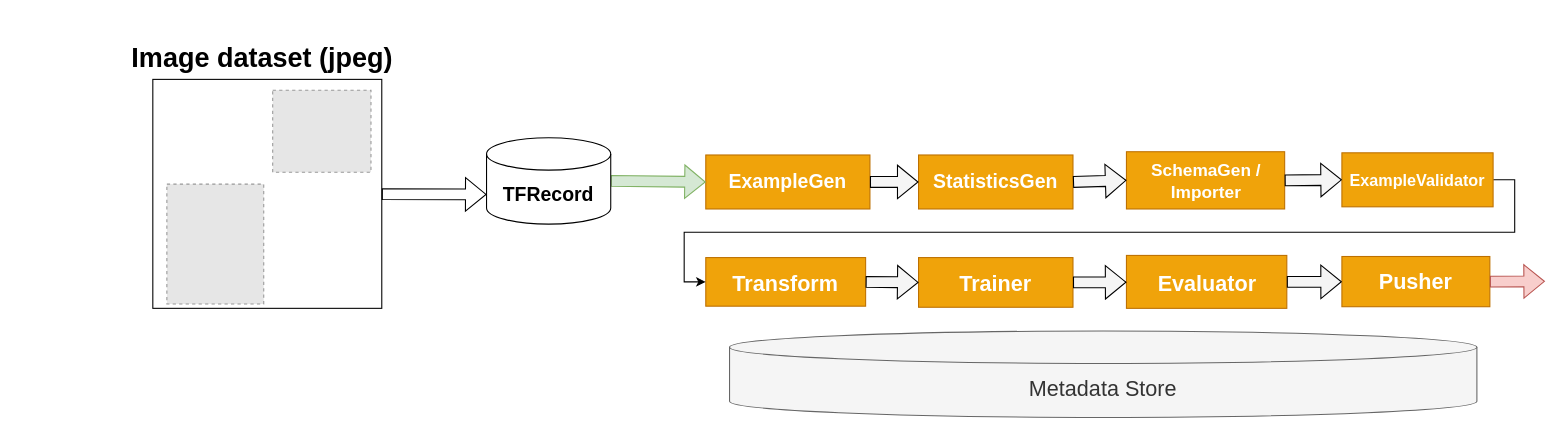
This is TFX/pipeline-architecture.drawio from hadi-ansari/MLOps, a draw.io file, before an edit. Source tidied: cells renumbered, new cells numbered last; positions are measured from the earlier drawing's top-left corner, leaving out a move shared by most shapes. Both pictures are drawn from the tidied source at 108%, with x=0, y=0 at pixel (121, 33). Pictures stored in the file or linked from it are replaced by grey dashed boxes.
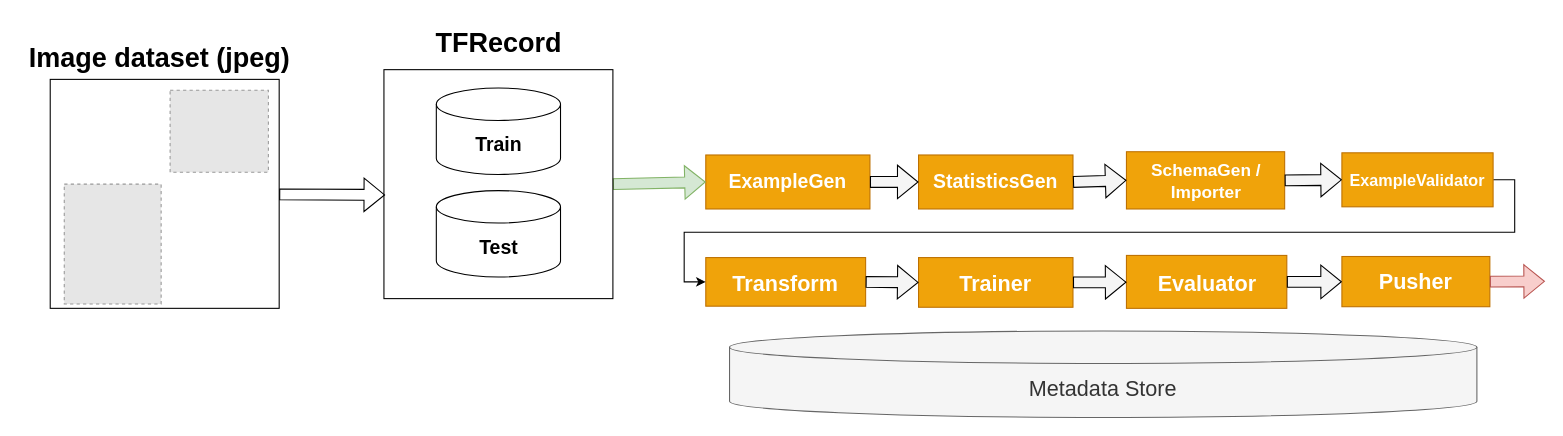
The same page after the edit.

Commit message (it also covers changes not shown here):
Added Azuere ml pipeline architecture

Unchanged cells that the change refers to:
```xml
<mxCell id="2" value="&lt;font size=&quot;1&quot; style=&quot;&quot; color=&quot;#ffffff&quot;&gt;&lt;b style=&quot;font-size: 18px;&quot;&gt;ExampleGen&lt;/b&gt;&lt;/font&gt;" style="rounded=0;whiteSpace=wrap;html=1;fillColor=#f0a30a;strokeColor=#BD7000;fontColor=#000000;" parent="1" vertex="1">
  <mxGeometry x="541" y="112" width="152" height="50" as="geometry" />
</mxCell>
```

Change to the diagram source:
```diff
@@
-    <mxCell id="21" style="shape=flexArrow;endArrow=classic;html=1;rounded=0;entryX=0;entryY=0.5;entryDx=0;entryDy=0;strokeColor=#82b366;fillColor=#d5e8d4;exitX=1;exitY=0.5;exitDx=0;exitDy=0;exitPerimeter=0;" parent="1" edge="1" source="22" target="2">
+    <mxCell id="21" style="shape=flexArrow;endArrow=classic;html=1;rounded=0;entryX=0;entryY=0.5;entryDx=0;entryDy=0;strokeColor=#82b366;fillColor=#d5e8d4;exitX=1;exitY=0.5;exitDx=0;exitDy=0;" parent="1" edge="1" source="28" target="2">
       <mxGeometry relative="1" as="geometry" />
     </mxCell>
-    <mxCell id="22" value="&lt;b&gt;&lt;font style=&quot;font-size: 18px;&quot;&gt;TFRecord&lt;/font&gt;&lt;/b&gt;" style="shape=cylinder3;whiteSpace=wrap;html=1;boundedLbl=1;backgroundOutline=1;size=15;" parent="1" vertex="1">
-      <mxGeometry x="338" y="96" width="115" height="80" as="geometry" />
-    </mxCell>
     <mxCell id="23" style="whiteSpace=wrap;html=1;" parent="1" vertex="1">
-      <mxGeometry x="29" y="42" width="212" height="212" as="geometry" />
+      <mxGeometry x="-66" y="42" width="212" height="212" as="geometry" />
     </mxCell>
     <mxCell id="24" style="fillColor=#E6E6E6;strokeColor=#999999;dashed=1;" parent="1" vertex="1">
-      <mxGeometry x="42" y="139" width="89.7" height="111" as="geometry" />
+      <mxGeometry x="-53" y="139" width="89.7" height="111" as="geometry" />
     </mxCell>
     <mxCell id="25" style="fillColor=#E6E6E6;strokeColor=#999999;dashed=1;" parent="1" vertex="1">
-      <mxGeometry x="140" y="52" width="91" height="76" as="geometry" />
+      <mxGeometry x="45" y="52" width="91" height="76" as="geometry" />
     </mxCell>
-    <mxCell id="26" style="shape=flexArrow;endArrow=classic;html=1;rounded=0;entryX=0;entryY=0;entryDx=0;entryDy=52.5;entryPerimeter=0;" parent="1" edge="1" source="23" target="22">
+    <mxCell id="26" style="shape=flexArrow;endArrow=classic;html=1;rounded=0;entryX=0.005;entryY=0.547;entryDx=0;entryDy=0;entryPerimeter=0;" parent="1" edge="1" source="23" target="28">
       <mxGeometry relative="1" as="geometry" />
     </mxCell>
     <mxCell id="27" value="&lt;b&gt;&lt;font style=&quot;font-size: 25px;&quot;&gt;Image dataset (jpeg)&lt;/font&gt;&lt;/b&gt;" style="text;html=1;align=center;verticalAlign=middle;strokeColor=none;fillColor=none;" parent="1" vertex="1">
-      <mxGeometry width="260" height="42" as="geometry" />
+      <mxGeometry x="-95" width="260" height="42" as="geometry" />
     </mxCell>
+    <mxCell id="28" style="whiteSpace=wrap;html=1;fillColor=none;" parent="1" vertex="1">
+      <mxGeometry x="243" y="33" width="212" height="212" as="geometry" />
+    </mxCell>
+    <mxCell id="29" value="&lt;span style=&quot;font-size: 18px;&quot;&gt;&lt;b&gt;Test&lt;/b&gt;&lt;/span&gt;" style="shape=cylinder3;whiteSpace=wrap;html=1;boundedLbl=1;backgroundOutline=1;size=15;" parent="1" vertex="1">
+      <mxGeometry x="291.5" y="145" width="115" height="80" as="geometry" />
+    </mxCell>
+    <mxCell id="30" value="&lt;span style=&quot;font-size: 18px;&quot;&gt;&lt;b&gt;Train&lt;/b&gt;&lt;/span&gt;" style="shape=cylinder3;whiteSpace=wrap;html=1;boundedLbl=1;backgroundOutline=1;size=15;" parent="1" vertex="1">
+      <mxGeometry x="291.5" y="50" width="115" height="80" as="geometry" />
+    </mxCell>
+    <mxCell id="22" value="&lt;span style=&quot;font-size: 25px;&quot;&gt;&lt;b&gt;TFRecord&lt;/b&gt;&lt;/span&gt;" style="text;html=1;align=center;verticalAlign=middle;points=[];strokeColor=none;fillColor=none;" parent="1" vertex="1">
+      <mxGeometry x="281.5" y="-14" width="135" height="42" as="geometry" />
+    </mxCell>
```
